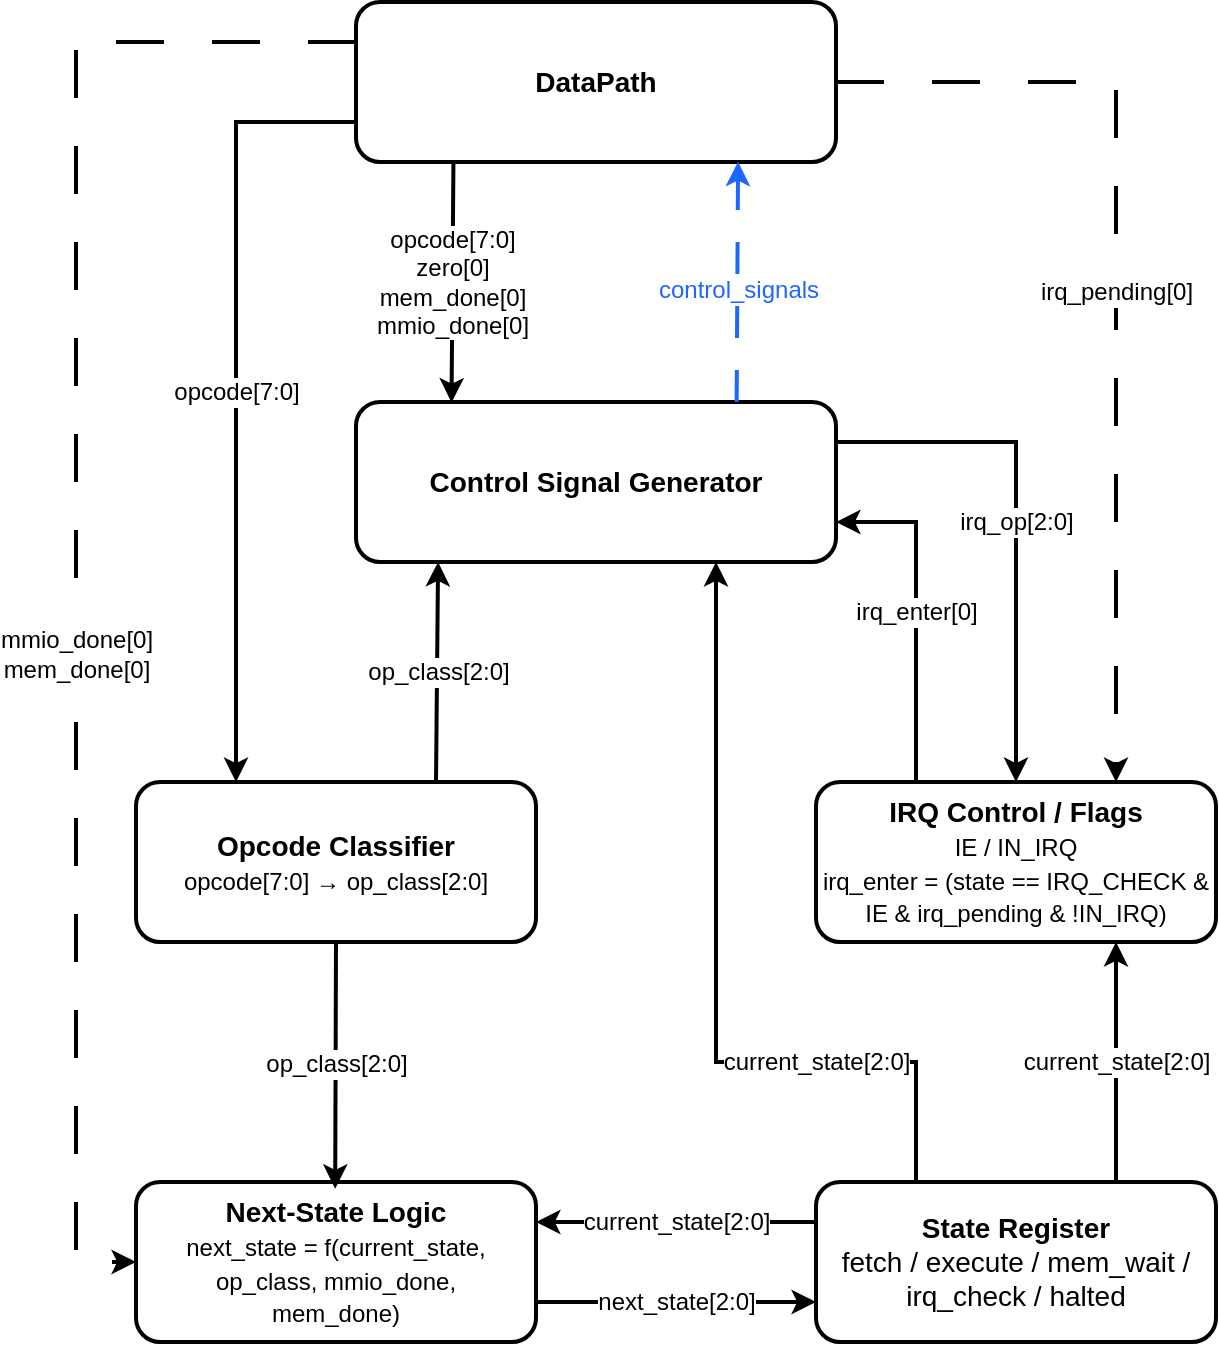
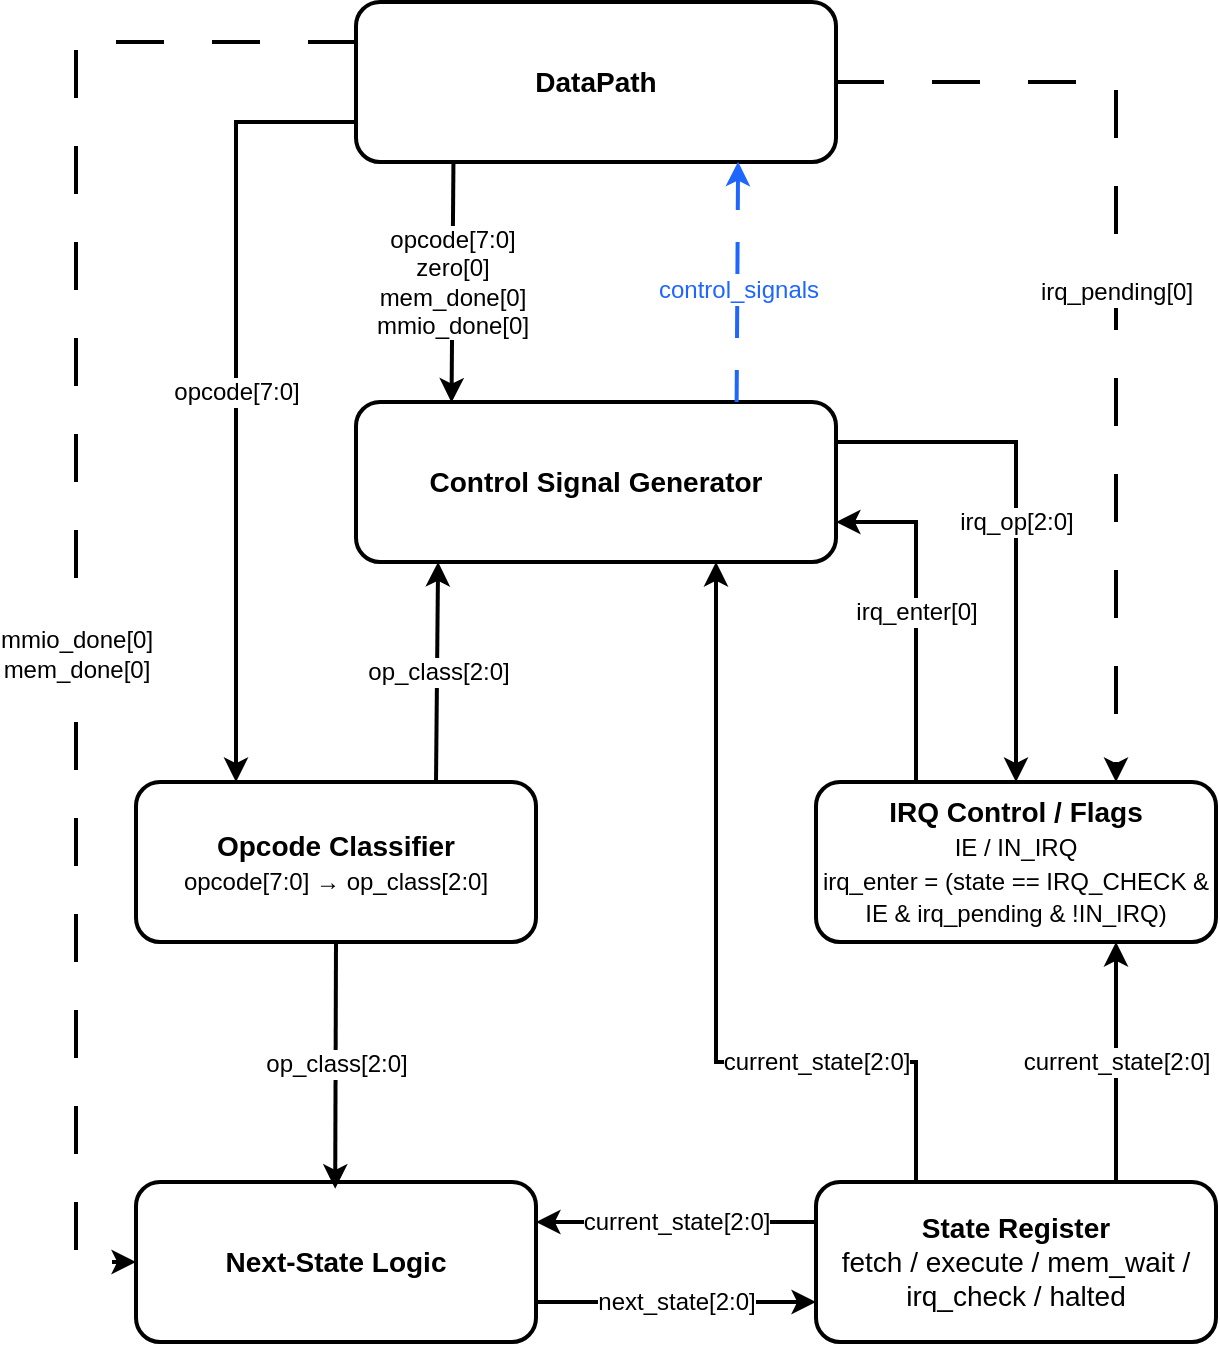
<mxfile host="app.diagrams.net">
  <diagram name="Страница-1" id="nIoGps0V69rlMeo8lwJx">
-     <mxGraphModel dx="3772" dy="2304" grid="1" gridSize="10" guides="1" tooltips="1" connect="1" arrows="1" fold="1" page="1" pageScale="1" pageWidth="827" pageHeight="1169" math="0" shadow="0">
+     <mxGraphModel dx="1509" dy="922" grid="1" gridSize="10" guides="1" tooltips="1" connect="1" arrows="1" fold="1" page="1" pageScale="1" pageWidth="827" pageHeight="1169" math="0" shadow="0">
      <root>
        <mxCell id="0" />
        <mxCell id="1" parent="0" />
        <mxCell id="4wW0CwS1d-wJ_C6mkoOk-71" parent="1" style="rounded=1;whiteSpace=wrap;html=1;strokeWidth=2;fillColor=#ffffff;strokeColor=#000000;fontSize=14;" value="&lt;div&gt;&lt;b&gt;DataPath&lt;/b&gt;&lt;/div&gt;" vertex="1">
          <mxGeometry height="80" width="240" x="300" y="300" as="geometry" />
        </mxCell>
        <mxCell id="4wW0CwS1d-wJ_C6mkoOk-72" parent="1" style="rounded=1;whiteSpace=wrap;html=1;strokeWidth=2;fillColor=#ffffff;strokeColor=#000000;fontSize=14;" value="&lt;b&gt;Opcode Classifier&lt;/b&gt;&lt;br&gt;&lt;font style=&quot;font-size:12px&quot;&gt;opcode[7:0] → op_class[2:0]&lt;/font&gt;" vertex="1">
          <mxGeometry height="80" width="200" x="190" y="690" as="geometry" />
        </mxCell>
-         <mxCell id="4wW0CwS1d-wJ_C6mkoOk-73" parent="1" style="rounded=1;whiteSpace=wrap;html=1;strokeWidth=2;fillColor=#ffffff;strokeColor=#000000;fontSize=14;" value="&lt;div&gt;&lt;font&gt;&lt;b&gt;Next-State Logic&lt;/b&gt;&lt;/font&gt;&lt;/div&gt;&lt;div&gt;&lt;font style=&quot;font-size: 12px;&quot;&gt;next_state = f(&lt;span&gt;current_state,&lt;/span&gt;&lt;/font&gt;&lt;/div&gt;&lt;font style=&quot;font-size: 12px;&quot;&gt;&lt;span&gt;op_class,&amp;nbsp;&lt;/span&gt;&lt;span&gt;mmio_done&lt;/span&gt;&lt;font&gt;&lt;span&gt;&lt;/span&gt;&lt;span&gt;,&lt;/span&gt;&lt;br&gt;&lt;span&gt;  mem_done&lt;/span&gt;&lt;font&gt;&lt;span&gt;&lt;/span&gt;&lt;font&gt;)&lt;/font&gt;&lt;/font&gt;&lt;/font&gt;&lt;/font&gt;" vertex="1">
+         <mxCell id="4wW0CwS1d-wJ_C6mkoOk-73" parent="1" style="rounded=1;whiteSpace=wrap;html=1;strokeWidth=2;fillColor=#ffffff;strokeColor=#000000;fontSize=14;" value="&lt;div&gt;&lt;font&gt;&lt;b&gt;Next-State Logic&lt;/b&gt;&lt;/font&gt;&lt;/div&gt;" vertex="1">
          <mxGeometry height="80" width="200" x="190" y="890" as="geometry" />
        </mxCell>
        <mxCell id="4wW0CwS1d-wJ_C6mkoOk-74" parent="1" style="rounded=1;whiteSpace=wrap;html=1;strokeWidth=2;fillColor=#ffffff;strokeColor=#000000;fontSize=14;" value="&lt;div&gt;&lt;b&gt;State Register&lt;/b&gt;&lt;/div&gt;&lt;div&gt;fetch / execute /&amp;nbsp;mem_wait /&lt;/div&gt;&lt;div&gt;irq_check / halted&lt;/div&gt;" vertex="1">
          <mxGeometry height="80" width="200" x="530" y="890" as="geometry" />
        </mxCell>
        <mxCell id="4wW0CwS1d-wJ_C6mkoOk-75" edge="1" parent="1" source="4wW0CwS1d-wJ_C6mkoOk-74" style="rounded=0;orthogonalLoop=1;jettySize=auto;html=1;endArrow=classic;endFill=1;strokeWidth=2;fontSize=12;entryX=1;entryY=0.25;entryDx=0;entryDy=0;exitX=0;exitY=0.25;exitDx=0;exitDy=0;" target="4wW0CwS1d-wJ_C6mkoOk-73" value="current_state[2:0]">
          <mxGeometry relative="1" as="geometry">
            <mxPoint x="309" y="819.7799999999997" as="sourcePoint" />
            <mxPoint x="100" y="819.7799999999997" as="targetPoint" />
          </mxGeometry>
        </mxCell>
        <mxCell id="4wW0CwS1d-wJ_C6mkoOk-76" edge="1" parent="1" source="4wW0CwS1d-wJ_C6mkoOk-73" style="rounded=0;orthogonalLoop=1;jettySize=auto;html=1;endArrow=classic;endFill=1;strokeWidth=2;fontSize=12;exitX=1;exitY=0.75;exitDx=0;exitDy=0;entryX=0;entryY=0.75;entryDx=0;entryDy=0;" target="4wW0CwS1d-wJ_C6mkoOk-74" value="next_state[2:0]">
          <mxGeometry relative="1" as="geometry">
            <mxPoint x="90.5" y="930" as="sourcePoint" />
            <mxPoint x="299.5" y="930" as="targetPoint" />
          </mxGeometry>
        </mxCell>
        <mxCell id="4wW0CwS1d-wJ_C6mkoOk-77" edge="1" parent="1" source="4wW0CwS1d-wJ_C6mkoOk-72" style="rounded=0;orthogonalLoop=1;jettySize=auto;html=1;endArrow=classic;endFill=1;strokeWidth=2;fontSize=12;entryX=0.498;entryY=0.042;entryDx=0;entryDy=0;exitX=0.5;exitY=1;exitDx=0;exitDy=0;entryPerimeter=0;" target="4wW0CwS1d-wJ_C6mkoOk-73" value="op_class[2:0]">
          <mxGeometry relative="1" as="geometry">
            <mxPoint x="469" y="700" as="sourcePoint" />
            <mxPoint x="429" y="810" as="targetPoint" />
          </mxGeometry>
        </mxCell>
        <mxCell id="4wW0CwS1d-wJ_C6mkoOk-78" parent="1" style="rounded=1;whiteSpace=wrap;html=1;strokeWidth=2;fillColor=#ffffff;strokeColor=#000000;fontSize=14;" value="&lt;b&gt;Control Signal Generator&lt;/b&gt;" vertex="1">
          <mxGeometry height="80" width="240" x="300" y="500" as="geometry" />
        </mxCell>
        <mxCell id="4wW0CwS1d-wJ_C6mkoOk-79" edge="1" parent="1" source="4wW0CwS1d-wJ_C6mkoOk-71" style="rounded=0;orthogonalLoop=1;jettySize=auto;html=1;endArrow=classic;endFill=1;strokeWidth=2;fontSize=12;entryX=0.199;entryY=0.003;entryDx=0;entryDy=0;exitX=0.203;exitY=1.005;exitDx=0;exitDy=0;entryPerimeter=0;exitPerimeter=0;" target="4wW0CwS1d-wJ_C6mkoOk-78" value="&lt;div&gt;opcode[7:0]&lt;/div&gt;&lt;div&gt;zero[0]&lt;/div&gt;&lt;div&gt;mem_done[0]&lt;/div&gt;&lt;div&gt;mmio_done[0]&lt;/div&gt;">
          <mxGeometry relative="1" x="-0.004" as="geometry">
            <mxPoint as="offset" />
            <mxPoint x="205" y="366" as="sourcePoint" />
            <mxPoint x="175" y="526" as="targetPoint" />
          </mxGeometry>
        </mxCell>
        <mxCell id="4wW0CwS1d-wJ_C6mkoOk-80" edge="1" parent="1" source="4wW0CwS1d-wJ_C6mkoOk-78" style="rounded=0;orthogonalLoop=1;jettySize=auto;html=1;endArrow=classic;endFill=1;strokeWidth=2;fontSize=12;dashed=1;dashPattern=8 8;strokeColor=#1f66ff;fontColor=#1f66ff;entryX=0.796;entryY=0.998;entryDx=0;entryDy=0;exitX=0.793;exitY=0;exitDx=0;exitDy=0;entryPerimeter=0;exitPerimeter=0;" target="4wW0CwS1d-wJ_C6mkoOk-71" value="control_signals">
          <mxGeometry relative="1" x="-0.0676" as="geometry">
            <mxPoint as="offset" />
            <mxPoint x="79" y="380" as="sourcePoint" />
            <mxPoint x="1009" y="450" as="targetPoint" />
          </mxGeometry>
        </mxCell>
        <mxCell id="4wW0CwS1d-wJ_C6mkoOk-81" parent="1" style="rounded=1;whiteSpace=wrap;html=1;strokeWidth=2;fillColor=#ffffff;strokeColor=#000000;fontSize=14;" value="&lt;b&gt;IRQ Control / Flags&lt;/b&gt;&lt;br&gt;&lt;div&gt;&lt;font style=&quot;font-size:12px&quot;&gt;IE / IN_IRQ&lt;/font&gt;&lt;/div&gt;&lt;div&gt;&lt;font style=&quot;font-size:12px&quot;&gt;irq_enter = (state == IRQ_CHECK &amp;amp; IE &amp;amp; irq_pending &amp;amp; !IN_IRQ)&lt;/font&gt;&lt;/div&gt;" vertex="1">
          <mxGeometry height="80" width="200" x="530" y="690" as="geometry" />
        </mxCell>
        <mxCell id="4wW0CwS1d-wJ_C6mkoOk-82" edge="1" parent="1" source="4wW0CwS1d-wJ_C6mkoOk-71" style="rounded=0;orthogonalLoop=1;jettySize=auto;html=1;endArrow=classic;endFill=1;strokeWidth=2;fontSize=12;dashed=1;dashPattern=12 12;entryX=0.75;entryY=0;entryDx=0;entryDy=0;exitX=1;exitY=0.5;exitDx=0;exitDy=0;" target="4wW0CwS1d-wJ_C6mkoOk-81" value="irq_pending[0]">
          <mxGeometry relative="1" as="geometry">
            <Array as="points">
              <mxPoint x="680" y="340" />
            </Array>
            <mxPoint x="739.8235294117649" y="370" as="sourcePoint" />
            <mxPoint x="1585" y="650" as="targetPoint" />
          </mxGeometry>
        </mxCell>
        <mxCell id="4wW0CwS1d-wJ_C6mkoOk-83" edge="1" parent="1" source="4wW0CwS1d-wJ_C6mkoOk-72" style="rounded=0;orthogonalLoop=1;jettySize=auto;html=1;endArrow=classic;endFill=1;strokeWidth=2;fontSize=12;exitX=0.75;exitY=0;exitDx=0;exitDy=0;entryX=0.171;entryY=1;entryDx=0;entryDy=0;entryPerimeter=0;" target="4wW0CwS1d-wJ_C6mkoOk-78" value="op_class[2:0]">
          <mxGeometry relative="1" as="geometry">
            <mxPoint x="719" y="402" as="sourcePoint" />
            <mxPoint x="859" y="400" as="targetPoint" />
          </mxGeometry>
        </mxCell>
        <mxCell id="4wW0CwS1d-wJ_C6mkoOk-84" edge="1" parent="1" source="4wW0CwS1d-wJ_C6mkoOk-78" style="rounded=0;orthogonalLoop=1;jettySize=auto;html=1;endArrow=classic;endFill=1;strokeWidth=2;fontSize=12;entryX=0.5;entryY=0;entryDx=0;entryDy=0;exitX=1;exitY=0.25;exitDx=0;exitDy=0;" target="4wW0CwS1d-wJ_C6mkoOk-81" value="irq_op[2:0]">
          <mxGeometry relative="1" as="geometry">
            <Array as="points">
              <mxPoint x="630" y="520" />
            </Array>
            <mxPoint x="589" y="510" as="sourcePoint" />
            <mxPoint x="740" y="510" as="targetPoint" />
          </mxGeometry>
        </mxCell>
        <mxCell id="4wW0CwS1d-wJ_C6mkoOk-85" edge="1" parent="1" source="4wW0CwS1d-wJ_C6mkoOk-81" style="rounded=0;orthogonalLoop=1;jettySize=auto;html=1;endArrow=classic;endFill=1;strokeWidth=2;fontSize=12;entryX=1;entryY=0.75;entryDx=0;entryDy=0;exitX=0.25;exitY=0;exitDx=0;exitDy=0;" target="4wW0CwS1d-wJ_C6mkoOk-78" value="irq_enter[0]">
          <mxGeometry relative="1" as="geometry">
            <Array as="points">
              <mxPoint x="580" y="560" />
            </Array>
            <mxPoint x="1325" y="691" as="sourcePoint" />
            <mxPoint x="945" y="500" as="targetPoint" />
          </mxGeometry>
        </mxCell>
        <mxCell id="4wW0CwS1d-wJ_C6mkoOk-86" edge="1" parent="1" source="4wW0CwS1d-wJ_C6mkoOk-74" style="rounded=0;orthogonalLoop=1;jettySize=auto;html=1;endArrow=classic;endFill=1;strokeWidth=2;fontSize=12;exitX=0.75;exitY=0;exitDx=0;exitDy=0;entryX=0.75;entryY=1;entryDx=0;entryDy=0;" target="4wW0CwS1d-wJ_C6mkoOk-81" value="current_state[2:0]">
          <mxGeometry relative="1" as="geometry">
            <mxPoint x="1009" y="785" as="sourcePoint" />
            <mxPoint x="1179" y="780" as="targetPoint" />
          </mxGeometry>
        </mxCell>
        <mxCell id="4wW0CwS1d-wJ_C6mkoOk-87" edge="1" parent="1" source="4wW0CwS1d-wJ_C6mkoOk-74" style="rounded=0;orthogonalLoop=1;jettySize=auto;html=1;endArrow=classic;endFill=1;strokeWidth=2;fontSize=12;entryX=0.75;entryY=1;entryDx=0;entryDy=0;exitX=0.25;exitY=0;exitDx=0;exitDy=0;" target="4wW0CwS1d-wJ_C6mkoOk-78" value="current_state[2:0]">
          <mxGeometry relative="1" x="-0.4634" as="geometry">
            <mxPoint as="offset" />
            <Array as="points">
              <mxPoint x="580" y="830" />
              <mxPoint x="480" y="830" />
            </Array>
            <mxPoint x="1009" y="555" as="sourcePoint" />
            <mxPoint x="1179" y="550" as="targetPoint" />
          </mxGeometry>
        </mxCell>
        <mxCell id="4wW0CwS1d-wJ_C6mkoOk-88" edge="1" parent="1" source="4wW0CwS1d-wJ_C6mkoOk-71" style="rounded=0;orthogonalLoop=1;jettySize=auto;html=1;endArrow=classic;endFill=1;strokeWidth=2;fontSize=12;entryX=0.25;entryY=0;entryDx=0;entryDy=0;exitX=0;exitY=0.75;exitDx=0;exitDy=0;" target="4wW0CwS1d-wJ_C6mkoOk-72" value="opcode[7:0]">
          <mxGeometry relative="1" as="geometry">
            <Array as="points">
              <mxPoint x="240" y="360" />
            </Array>
            <mxPoint x="398" y="390" as="sourcePoint" />
            <mxPoint x="-1" y="605" as="targetPoint" />
          </mxGeometry>
        </mxCell>
        <mxCell id="4wW0CwS1d-wJ_C6mkoOk-89" edge="1" parent="1" source="4wW0CwS1d-wJ_C6mkoOk-71" style="rounded=0;orthogonalLoop=1;jettySize=auto;html=1;endArrow=classic;endFill=1;strokeWidth=2;fontSize=12;exitX=0;exitY=0.25;exitDx=0;exitDy=0;entryX=0;entryY=0.5;entryDx=0;entryDy=0;dashed=1;dashPattern=12 12;" target="4wW0CwS1d-wJ_C6mkoOk-73" value="&lt;div&gt;&lt;span&gt;mmio_done&lt;/span&gt;[0]&lt;/div&gt;&lt;div&gt;mem_done[0]&lt;/div&gt;">
          <mxGeometry relative="1" x="0.1431" as="geometry">
            <mxPoint as="offset" />
            <Array as="points">
              <mxPoint x="160" y="320" />
              <mxPoint x="160" y="930" />
            </Array>
            <mxPoint x="300" y="320" as="sourcePoint" />
            <mxPoint x="190" y="930" as="targetPoint" />
          </mxGeometry>
        </mxCell>
      </root>
    </mxGraphModel>
  </diagram>
</mxfile>
